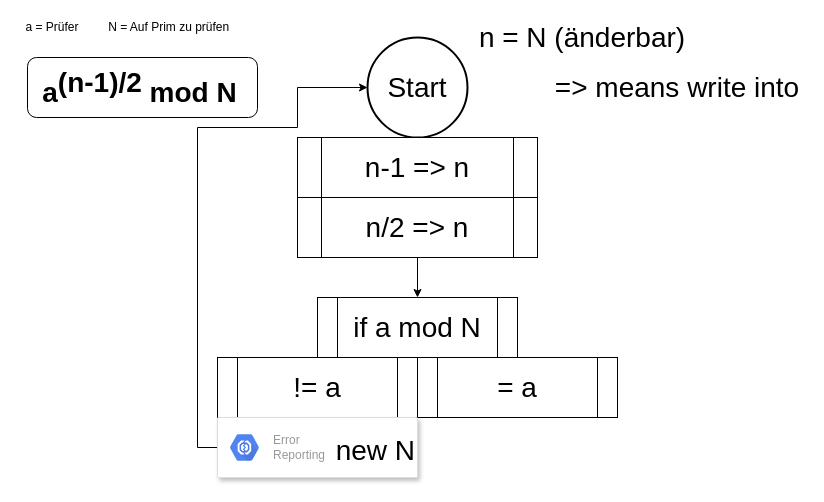
Earlier version of the draw.io diagram Problem_solver.drawio (davehenton/AICY). Source tidied: cells renumbered, new cells numbered last; positions are measured from the earlier drawing's top-left corner, leaving out a move shared by most shapes. Both pictures are drawn from the tidied source at 100%, with x=0, y=0 at pixel (17, 17).
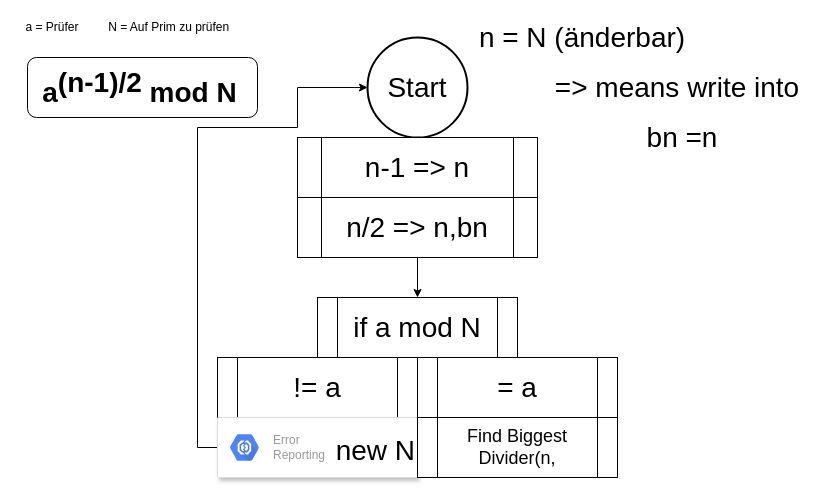
Above is the later version.

The edit, as a diff of the source:
```diff
@@
-    <mxCell id="9" value="n/2 =&amp;gt; n" style="shape=process;whiteSpace=wrap;html=1;backgroundOutline=1;fontSize=28;" parent="1" vertex="1">
+    <mxCell id="9" value="n/2 =&amp;gt; n,bn" style="shape=process;whiteSpace=wrap;html=1;backgroundOutline=1;fontSize=28;" parent="1" vertex="1">
       <mxGeometry x="280" y="180" width="240" height="60" as="geometry" />
     </mxCell>
@@
+    <mxCell id="18" value="&lt;div align=&quot;center&quot; style=&quot;font-size: 18px&quot;&gt;Find Biggest Divider(n,&lt;/div&gt;" style="shape=process;whiteSpace=wrap;html=1;backgroundOutline=1;fontSize=28;align=center;" parent="1" vertex="1">
+      <mxGeometry x="400" y="400" width="200" height="60" as="geometry" />
+    </mxCell>
+    <mxCell id="19" value="bn =n" style="text;html=1;strokeColor=none;fillColor=none;align=center;verticalAlign=middle;whiteSpace=wrap;rounded=0;fontSize=28;" parent="1" vertex="1">
+      <mxGeometry x="570" y="110" width="190" height="20" as="geometry" />
+    </mxCell>
```
